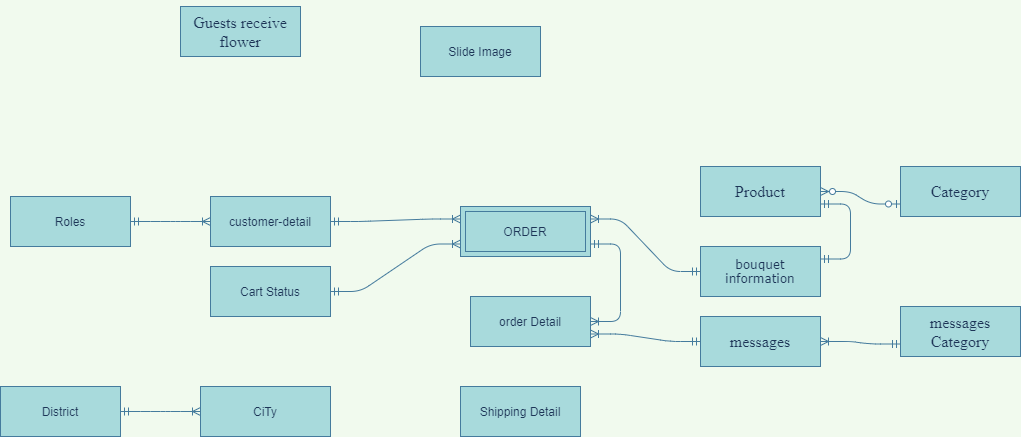
Above: Untitled Diagram.png in maialino123/Eproject-SEM3 (draw.io), before the change. Source tidied: cells renumbered, new cells last; positions are measured from the earlier drawing's top-left corner, leaving out a move shared by most shapes.
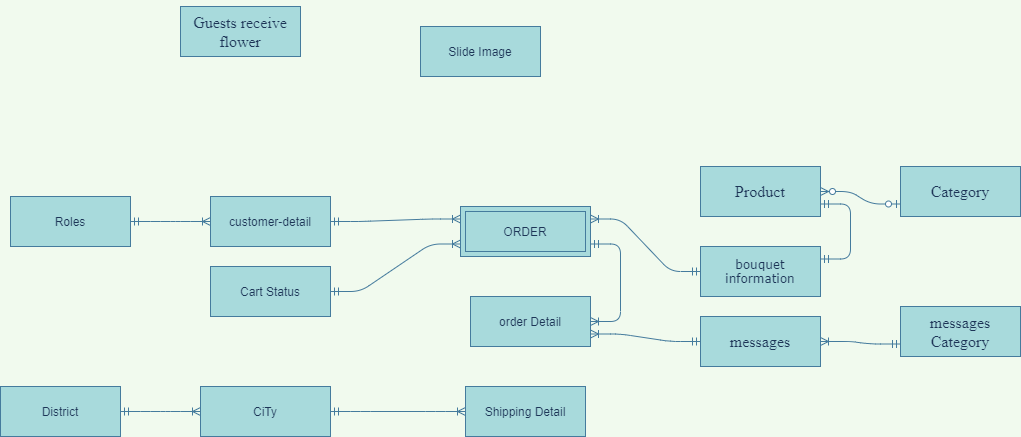
The same diagram one commit later.

The edit, as a diff of the source:
```diff
@@ -69,7 +69,7 @@
       <mxGeometry relative="1" as="geometry" />
     </mxCell>
     <mxCell id="24" value="Shipping Detail" style="whiteSpace=wrap;html=1;align=center;rounded=0;sketch=0;fontColor=#1D3557;strokeColor=#457B9D;fillColor=#A8DADC;" parent="1" vertex="1">
-      <mxGeometry x="460" y="380" width="120" height="50" as="geometry" />
+      <mxGeometry x="465" y="380" width="120" height="50" as="geometry" />
     </mxCell>
     <mxCell id="25" value="ORDER" style="shape=ext;margin=3;double=1;whiteSpace=wrap;html=1;align=center;fillColor=#A8DADC;strokeColor=#457B9D;fontColor=#1D3557;" parent="1" vertex="1">
       <mxGeometry x="460" y="200" width="130" height="50" as="geometry" />
@@ -77,5 +77,8 @@
     <mxCell id="26" style="edgeStyle=entityRelationEdgeStyle;fontSize=12;html=1;endArrow=ERoneToMany;startArrow=ERmandOne;fontColor=#1D3557;strokeColor=#457B9D;fillColor=#A8DADC;entryX=1;entryY=0.75;entryDx=0;entryDy=0;exitX=0;exitY=0.5;exitDx=0;exitDy=0;labelBackgroundColor=#F1FAEE;" parent="1" edge="1" source="4" target="17">
       <mxGeometry relative="1" as="geometry" />
     </mxCell>
+    <mxCell id="27" style="edgeStyle=entityRelationEdgeStyle;fontSize=12;html=1;endArrow=ERoneToMany;startArrow=ERmandOne;fontColor=#1D3557;strokeColor=#457B9D;fillColor=#A8DADC;entryX=0;entryY=0.5;entryDx=0;entryDy=0;exitX=1;exitY=0.5;exitDx=0;exitDy=0;labelBackgroundColor=#F1FAEE;" parent="1" edge="1" source="13" target="24">
+      <mxGeometry relative="1" as="geometry" />
+    </mxCell>
   </root>
 </mxGraphModel>
```
